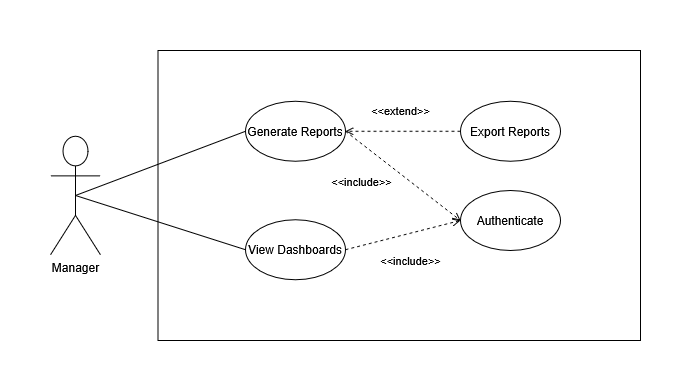
Above: docs/diagrams/UseCaseSP5.drawio.png in mahdi000666/DesignFlow (draw.io), before the change. Source tidied: cells renumbered, new cells last; positions are measured from the earlier drawing's top-left corner, leaving out a move shared by most shapes.
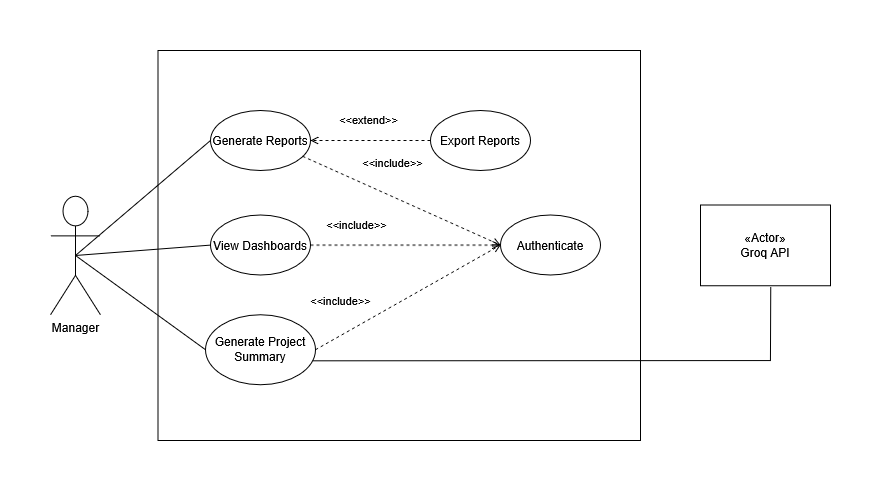
The same file after the commit.

What changed in the source:
```diff
@@ -6,16 +6,16 @@
       <mxGeometry y="85.8" width="50" height="118.5" as="geometry" />
     </mxCell>
     <mxCell id="3" style="rounded=0;whiteSpace=wrap;html=1;" parent="1" vertex="1">
-      <mxGeometry x="107.5" width="482.5" height="290" as="geometry" />
+      <mxGeometry x="107.5" y="-60" width="482.5" height="390" as="geometry" />
     </mxCell>
     <mxCell id="4" value="&lt;div&gt;Authenticate&lt;/div&gt;" style="ellipse;whiteSpace=wrap;html=1;" parent="1" vertex="1">
-      <mxGeometry x="410" y="140" width="100" height="60" as="geometry" />
+      <mxGeometry x="450" y="104.6" width="100" height="60" as="geometry" />
     </mxCell>
     <mxCell id="5" value="Generate Reports" style="ellipse;whiteSpace=wrap;html=1;" parent="1" vertex="1">
-      <mxGeometry x="195" y="50.8" width="100" height="60" as="geometry" />
+      <mxGeometry x="160" width="100" height="60" as="geometry" />
     </mxCell>
-    <mxCell id="6" value="&amp;lt;&amp;lt;include&amp;gt;&amp;gt;" style="html=1;verticalAlign=bottom;labelBackgroundColor=none;endArrow=open;endFill=0;dashed=1;rounded=0;entryX=0;entryY=0.5;entryDx=0;entryDy=0;exitX=1;exitY=0.5;exitDx=0;exitDy=0;" parent="1" edge="1" source="5" target="4">
-      <mxGeometry x="-0.34" y="-38" relative="1" as="geometry">
+    <mxCell id="6" value="&amp;lt;&amp;lt;include&amp;gt;&amp;gt;" style="html=1;verticalAlign=bottom;labelBackgroundColor=none;endArrow=open;endFill=0;dashed=1;rounded=0;entryX=0;entryY=0.5;entryDx=0;entryDy=0;exitX=0.921;exitY=0.763;exitDx=0;exitDy=0;exitPerimeter=0;" parent="1" edge="1" source="5" target="4">
+      <mxGeometry x="-0.2" y="21" relative="1" as="geometry">
         <mxPoint x="1" as="offset" />
       </mxGeometry>
     </mxCell>
@@ -23,10 +23,10 @@
       <mxGeometry relative="1" as="geometry" />
     </mxCell>
     <mxCell id="8" value="Export Reports" style="ellipse;whiteSpace=wrap;html=1;" parent="1" vertex="1">
-      <mxGeometry x="410" y="50.8" width="100" height="60" as="geometry" />
+      <mxGeometry x="380" width="100" height="60" as="geometry" />
     </mxCell>
     <mxCell id="9" value="View Dashboards" style="ellipse;whiteSpace=wrap;html=1;" parent="1" vertex="1">
-      <mxGeometry x="195" y="169.2" width="100" height="60" as="geometry" />
+      <mxGeometry x="160" y="104.6" width="100" height="60" as="geometry" />
     </mxCell>
     <mxCell id="10" style="edgeStyle=none;html=1;endArrow=none;verticalAlign=bottom;rounded=0;exitX=0.5;exitY=0.5;exitDx=0;exitDy=0;exitPerimeter=0;entryX=0;entryY=0.5;entryDx=0;entryDy=0;" parent="1" edge="1" source="2" target="9">
       <mxGeometry relative="1" as="geometry" />
@@ -35,7 +35,26 @@
       <mxGeometry x="0.04" y="-11" relative="1" as="geometry" />
     </mxCell>
     <mxCell id="12" value="&amp;lt;&amp;lt;include&amp;gt;&amp;gt;" style="html=1;verticalAlign=bottom;labelBackgroundColor=none;endArrow=open;endFill=0;dashed=1;rounded=0;entryX=0;entryY=0.5;entryDx=0;entryDy=0;exitX=1;exitY=0.5;exitDx=0;exitDy=0;" parent="1" edge="1" source="9" target="4">
-      <mxGeometry x="-0.02" y="-36" relative="1" as="geometry" />
+      <mxGeometry x="-0.51" y="11" relative="1" as="geometry" />
     </mxCell>
+    <mxCell id="13" value="«Actor»&lt;br&gt;Groq API" style="html=1;whiteSpace=wrap;" parent="1" vertex="1">
+      <mxGeometry x="650" y="94.6" width="130" height="80.8" as="geometry" />
+    </mxCell>
+    <mxCell id="14" value="Generate Project Summary" style="ellipse;whiteSpace=wrap;html=1;" parent="1" vertex="1">
+      <mxGeometry x="155" y="204.2" width="110" height="70" as="geometry" />
+    </mxCell>
+    <mxCell id="15" style="edgeStyle=none;html=1;endArrow=none;verticalAlign=bottom;rounded=0;exitX=0.5;exitY=0.5;exitDx=0;exitDy=0;exitPerimeter=0;entryX=0;entryY=0.5;entryDx=0;entryDy=0;" parent="1" edge="1" source="2" target="14">
+      <mxGeometry relative="1" as="geometry" />
+    </mxCell>
+    <mxCell id="16" style="edgeStyle=none;html=1;endArrow=none;verticalAlign=bottom;rounded=0;entryX=0.971;entryY=0.658;entryDx=0;entryDy=0;exitX=0.541;exitY=1.01;exitDx=0;exitDy=0;exitPerimeter=0;entryPerimeter=0;" parent="1" edge="1" source="13" target="14">
+      <mxGeometry relative="1" as="geometry">
+        <Array as="points">
+          <mxPoint x="720" y="250" />
+        </Array>
+      </mxGeometry>
+    </mxCell>
+    <mxCell id="17" value="&amp;lt;&amp;lt;include&amp;gt;&amp;gt;" style="html=1;verticalAlign=bottom;labelBackgroundColor=none;endArrow=open;endFill=0;dashed=1;rounded=0;entryX=0;entryY=0.5;entryDx=0;entryDy=0;exitX=1;exitY=0.5;exitDx=0;exitDy=0;" parent="1" edge="1" source="14" target="4">
+      <mxGeometry x="-0.61" y="22" relative="1" as="geometry" />
+    </mxCell>
   </root>
 </mxGraphModel>
```
